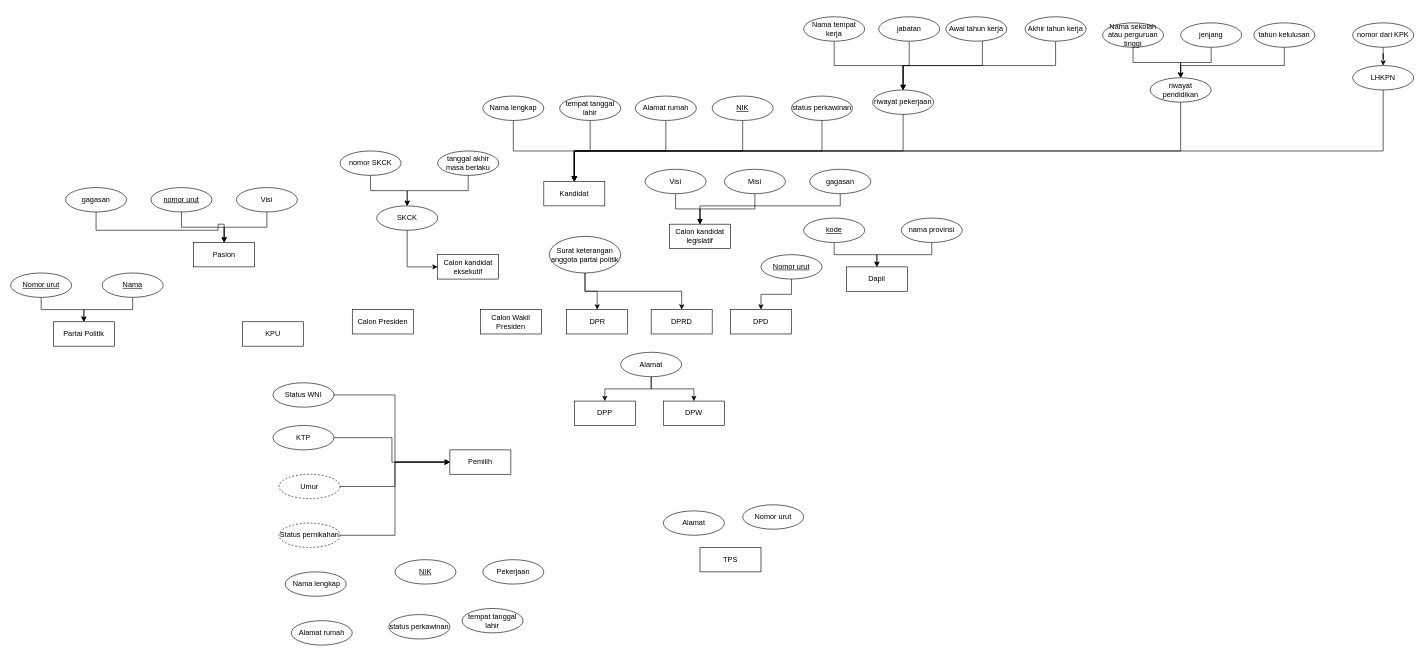
Before: TI1_basis_data.drawio in thirza258/draw.io, a draw.io diagram. Source tidied: cells renumbered, new cells numbered last; positions are measured from the earlier drawing's top-left corner, leaving out a move shared by most shapes. Both pictures are drawn from the tidied source at 61%, with x=0, y=0 at pixel (10, 16).
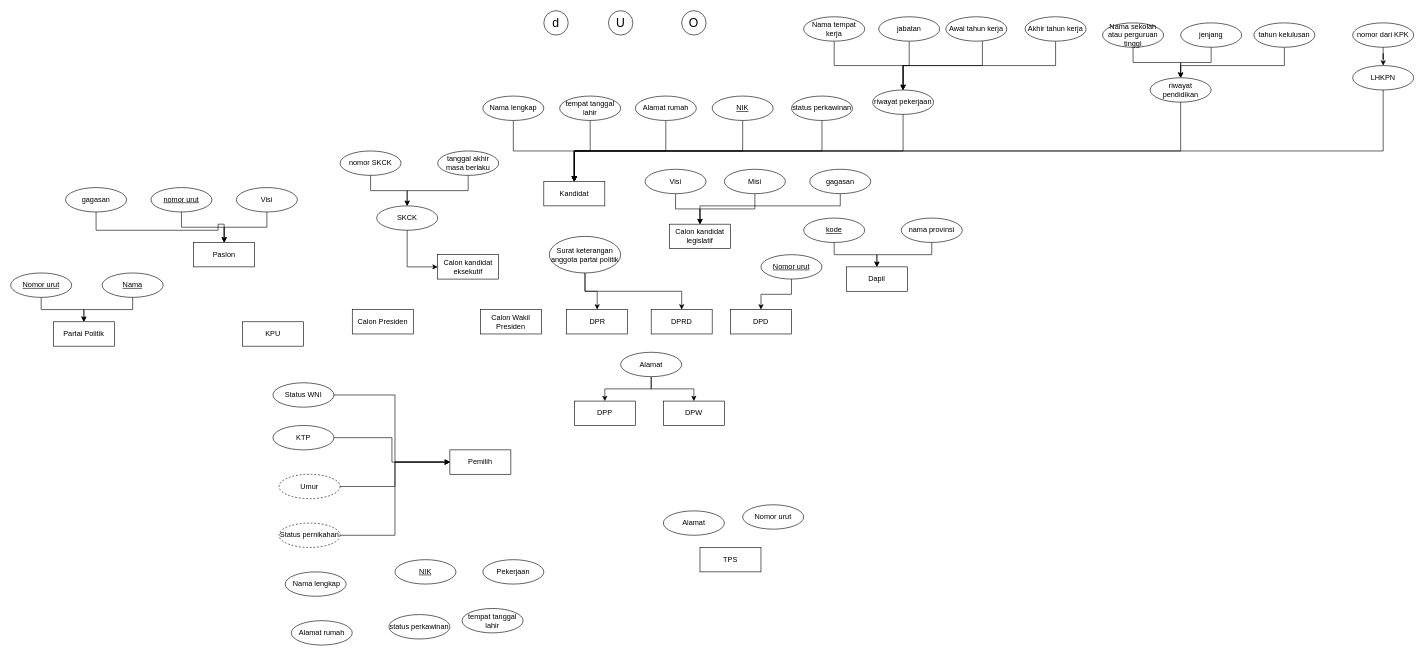
After the change.

What changed in the source:
```diff
@@
+    <mxCell id="105" value="&lt;font style=&quot;font-size: 20px;&quot;&gt;d&lt;/font&gt;" style="ellipse;whiteSpace=wrap;html=1;" parent="1" vertex="1">
+      <mxGeometry x="874" y="-10" width="40" height="40" as="geometry" />
+    </mxCell>
+    <mxCell id="106" value="&lt;font style=&quot;font-size: 20px;&quot;&gt;U&lt;/font&gt;" style="ellipse;whiteSpace=wrap;html=1;" parent="1" vertex="1">
+      <mxGeometry x="980" y="-10" width="40" height="40" as="geometry" />
+    </mxCell>
+    <mxCell id="107" value="&lt;font style=&quot;font-size: 20px;&quot;&gt;O&lt;/font&gt;" style="ellipse;whiteSpace=wrap;html=1;" parent="1" vertex="1">
+      <mxGeometry x="1100" y="-10" width="40" height="40" as="geometry" />
+    </mxCell>
```
